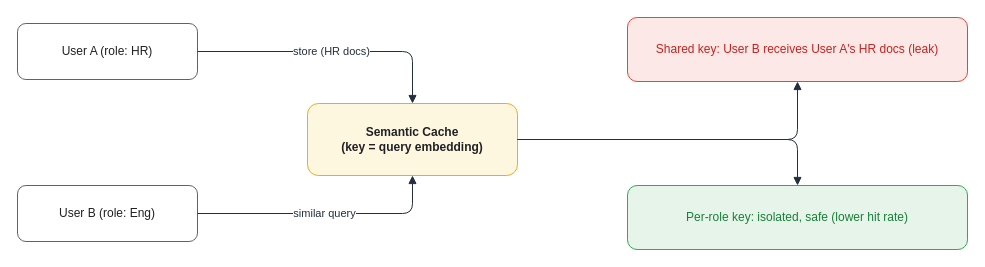
Above: assets/img/ai/rag-05-cache-conflict.drawio in KKamJi98/kkamji98.github.io (draw.io), before the change. Source tidied: cells renumbered, new cells numbered last; positions are measured from the earlier drawing's top-left corner, leaving out a move shared by most shapes. Both pictures are drawn from the tidied source at 100%, with x=0, y=0 at pixel (17, 17).
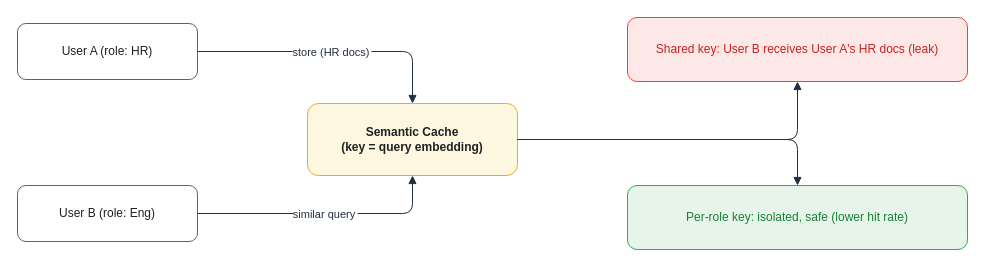
The same diagram, later.

Diff of the diagram source:
```diff
@@
 <mxGraphModel>
   <root>
     <mxCell id="0" />
     <mxCell id="1" parent="0" />
     <mxCell id="2" value="User A (role: HR)" style="rounded=1;whiteSpace=wrap;html=1;fillColor=#FFFFFF;strokeColor=#5F6368;shadow=0;fontSize=12;fontColor=#202124;" parent="1" vertex="1">
       <mxGeometry y="6" width="180" height="56" as="geometry" />
     </mxCell>
     <mxCell id="3" value="User B (role: Eng)" style="rounded=1;whiteSpace=wrap;html=1;fillColor=#FFFFFF;strokeColor=#5F6368;shadow=0;fontSize=12;fontColor=#202124;" parent="1" vertex="1">
       <mxGeometry y="168" width="180" height="56" as="geometry" />
     </mxCell>
     <mxCell id="4" value="Semantic Cache&#10;(key = query embedding)" style="rounded=1;whiteSpace=wrap;html=1;fillColor=#FEF7E0;strokeColor=#F9AB00;shadow=0;fontSize=12;fontColor=#202124;fontStyle=1;" parent="1" vertex="1">
       <mxGeometry x="290" y="86" width="210" height="72" as="geometry" />
     </mxCell>
     <mxCell id="5" value="Shared key: User B receives User A's HR docs (leak)" style="rounded=1;whiteSpace=wrap;html=1;fillColor=#FCE8E6;strokeColor=#EA4335;shadow=0;fontSize=12;fontColor=#C5221F;" parent="1" vertex="1">
       <mxGeometry x="610" width="340" height="64" as="geometry" />
     </mxCell>
     <mxCell id="6" value="Per-role key: isolated, safe (lower hit rate)" style="rounded=1;whiteSpace=wrap;html=1;fillColor=#E6F4EA;strokeColor=#34A853;shadow=0;fontSize=12;fontColor=#188038;" parent="1" vertex="1">
       <mxGeometry x="610" y="168" width="340" height="64" as="geometry" />
     </mxCell>
-    <mxCell id="7" value="store (HR docs)" style="edgeStyle=orthogonalEdgeStyle;rounded=1;html=1;endArrow=block;strokeColor=#232F3E;fontColor=#232F3E;fontSize=11;labelBackgroundColor=#FFFFFF;" parent="1" edge="1" source="2" target="4">
+    <mxCell id="7" value="store (HR docs)" style="edgeStyle=orthogonalEdgeStyle;rounded=1;html=0;endArrow=block;strokeColor=#232F3E;fontColor=#232F3E;fontSize=11;labelBackgroundColor=#FFFFFF;" parent="1" edge="1" source="2" target="4">
       <mxGeometry relative="1" as="geometry" />
     </mxCell>
-    <mxCell id="8" value="similar query" style="edgeStyle=orthogonalEdgeStyle;rounded=1;html=1;endArrow=block;strokeColor=#232F3E;fontColor=#232F3E;fontSize=11;labelBackgroundColor=#FFFFFF;" parent="1" edge="1" source="3" target="4">
+    <mxCell id="8" value="similar query" style="edgeStyle=orthogonalEdgeStyle;rounded=1;html=0;endArrow=block;strokeColor=#232F3E;fontColor=#232F3E;fontSize=11;labelBackgroundColor=#FFFFFF;" parent="1" edge="1" source="3" target="4">
       <mxGeometry relative="1" as="geometry" />
     </mxCell>
     <mxCell id="9" style="edgeStyle=orthogonalEdgeStyle;rounded=1;html=1;endArrow=block;strokeColor=#232F3E;fontColor=#232F3E;" parent="1" edge="1" source="4" target="5">
       <mxGeometry relative="1" as="geometry" />
     </mxCell>
     <mxCell id="10" style="edgeStyle=orthogonalEdgeStyle;rounded=1;html=1;endArrow=block;strokeColor=#232F3E;fontColor=#232F3E;" parent="1" edge="1" source="4" target="6">
       <mxGeometry relative="1" as="geometry" />
     </mxCell>
   </root>
 </mxGraphModel>
```
